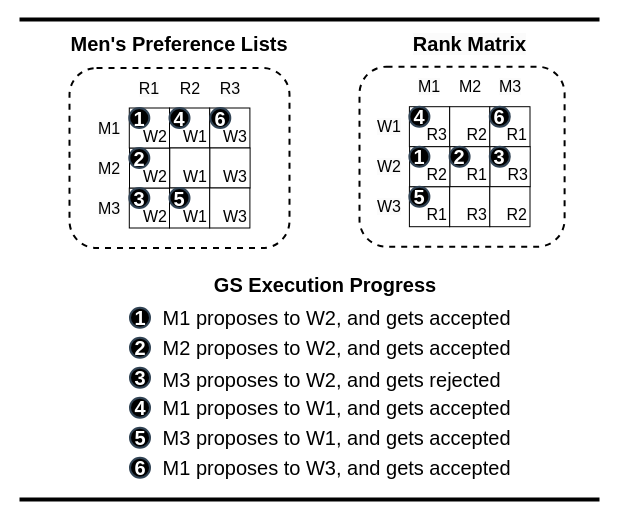
Earlier version of the draw.io diagram newGSExec.drawio (victorliu-sq/BambooSMP-Figures). Source tidied: cells renumbered, new cells numbered last; positions are measured from the earlier drawing's top-left corner, leaving out a move shared by most shapes. Both pictures are drawn from the tidied source at 100%, with x=0, y=0 at pixel (19, 19).
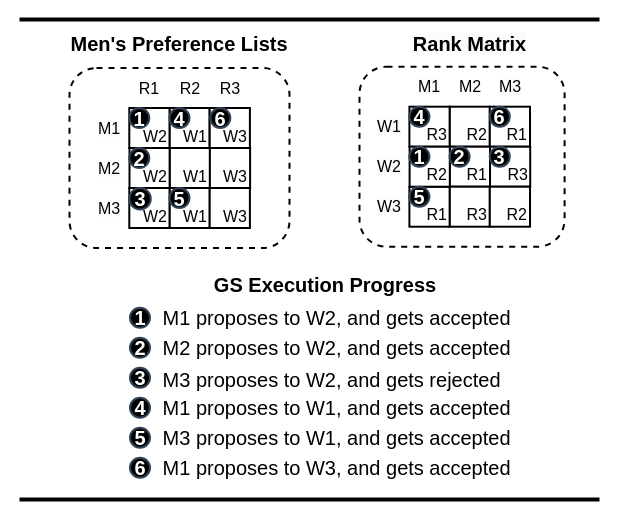
The same page after the edit.

Change to the diagram source:
```diff
@@
-    <mxCell id="17" value="W1" style="rounded=0;whiteSpace=wrap;html=1;fontSize=16;align=right;verticalAlign=bottom;" parent="1" vertex="1">
+    <mxCell id="17" value="W1" style="rounded=0;whiteSpace=wrap;html=1;fontSize=16;align=right;verticalAlign=bottom;strokeWidth=2;" parent="1" vertex="1">
       <mxGeometry x="150" y="88.5" width="40.1" height="40" as="geometry" />
     </mxCell>
-    <mxCell id="18" value="W3" style="rounded=0;whiteSpace=wrap;html=1;fontSize=16;align=right;verticalAlign=bottom;" parent="1" vertex="1">
+    <mxCell id="18" value="W3" style="rounded=0;whiteSpace=wrap;html=1;fontSize=16;align=right;verticalAlign=bottom;strokeWidth=2;" parent="1" vertex="1">
       <mxGeometry x="190.2" y="88.5" width="40.2" height="40" as="geometry" />
     </mxCell>
-    <mxCell id="19" value="W1" style="rounded=0;whiteSpace=wrap;html=1;fontSize=16;align=right;verticalAlign=bottom;" parent="1" vertex="1">
+    <mxCell id="19" value="W1" style="rounded=0;whiteSpace=wrap;html=1;fontSize=16;align=right;verticalAlign=bottom;strokeWidth=2;" parent="1" vertex="1">
       <mxGeometry x="150.2" y="128.5" width="40.2" height="40" as="geometry" />
     </mxCell>
-    <mxCell id="20" value="W3" style="rounded=0;whiteSpace=wrap;html=1;fontSize=16;align=right;verticalAlign=bottom;" parent="1" vertex="1">
+    <mxCell id="20" value="W3" style="rounded=0;whiteSpace=wrap;html=1;fontSize=16;align=right;verticalAlign=bottom;strokeWidth=2;" parent="1" vertex="1">
       <mxGeometry x="190.4" y="128.5" width="40.2" height="40" as="geometry" />
     </mxCell>
-    <mxCell id="21" value="W1" style="rounded=0;whiteSpace=wrap;html=1;fontSize=16;align=right;verticalAlign=bottom;" parent="1" vertex="1">
+    <mxCell id="21" value="W1" style="rounded=0;whiteSpace=wrap;html=1;fontSize=16;align=right;verticalAlign=bottom;strokeWidth=2;" parent="1" vertex="1">
       <mxGeometry x="150" y="168.5" width="40.2" height="40" as="geometry" />
     </mxCell>
-    <mxCell id="22" value="W3" style="rounded=0;whiteSpace=wrap;html=1;fontSize=16;align=right;verticalAlign=bottom;" parent="1" vertex="1">
+    <mxCell id="22" value="W3" style="rounded=0;whiteSpace=wrap;html=1;fontSize=16;align=right;verticalAlign=bottom;strokeWidth=2;" parent="1" vertex="1">
       <mxGeometry x="190.2" y="168.5" width="40.2" height="40" as="geometry" />
     </mxCell>
-    <mxCell id="23" value="W2" style="rounded=0;whiteSpace=wrap;html=1;strokeWidth=1;fontSize=16;align=right;verticalAlign=bottom;" parent="1" vertex="1">
+    <mxCell id="23" value="W2" style="rounded=0;whiteSpace=wrap;html=1;strokeWidth=2;fontSize=16;align=right;verticalAlign=bottom;" parent="1" vertex="1">
       <mxGeometry x="109.8" y="168.5" width="40.2" height="40" as="geometry" />
     </mxCell>
@@
-    <mxCell id="31" value="W2" style="rounded=0;whiteSpace=wrap;html=1;strokeWidth=1;fontSize=16;align=right;verticalAlign=bottom;" parent="1" vertex="1">
+    <mxCell id="31" value="W2" style="rounded=0;whiteSpace=wrap;html=1;strokeWidth=2;fontSize=16;align=right;verticalAlign=bottom;" parent="1" vertex="1">
       <mxGeometry x="110" y="128.5" width="40.1" height="40" as="geometry" />
     </mxCell>
-    <mxCell id="32" value="&lt;span style=&quot;font-size: 16px;&quot;&gt;W2&lt;/span&gt;" style="rounded=0;whiteSpace=wrap;html=1;strokeWidth=1;fontSize=16;strokeColor=default;align=right;verticalAlign=bottom;fontFamily=Helvetica;fontColor=default;fillColor=default;fontStyle=0;" parent="1" vertex="1">
+    <mxCell id="32" value="&lt;span style=&quot;font-size: 16px;&quot;&gt;W2&lt;/span&gt;" style="rounded=0;whiteSpace=wrap;html=1;strokeWidth=2;fontSize=16;strokeColor=default;align=right;verticalAlign=bottom;fontFamily=Helvetica;fontColor=default;fillColor=default;fontStyle=0;" parent="1" vertex="1">
       <mxGeometry x="109.8" y="88.5" width="40.2" height="40" as="geometry" />
     </mxCell>
-    <mxCell id="33" value="R2" style="rounded=0;whiteSpace=wrap;html=1;fontSize=16;align=right;verticalAlign=bottom;" parent="1" vertex="1">
+    <mxCell id="33" value="R2" style="rounded=0;whiteSpace=wrap;html=1;fontSize=16;align=right;verticalAlign=bottom;strokeWidth=2;" parent="1" vertex="1">
       <mxGeometry x="430.1" y="87.2" width="40.2" height="40" as="geometry" />
     </mxCell>
-    <mxCell id="34" value="R1" style="rounded=0;whiteSpace=wrap;html=1;fontSize=16;align=right;verticalAlign=bottom;" parent="1" vertex="1">
+    <mxCell id="34" value="R1" style="rounded=0;whiteSpace=wrap;html=1;fontSize=16;align=right;verticalAlign=bottom;strokeWidth=2;" parent="1" vertex="1">
       <mxGeometry x="470.3" y="87.2" width="40.2" height="40" as="geometry" />
     </mxCell>
-    <mxCell id="35" value="R1" style="rounded=0;whiteSpace=wrap;html=1;fontSize=16;align=right;verticalAlign=bottom;" parent="1" vertex="1">
+    <mxCell id="35" value="R1" style="rounded=0;whiteSpace=wrap;html=1;fontSize=16;align=right;verticalAlign=bottom;strokeWidth=2;" parent="1" vertex="1">
       <mxGeometry x="430.3" y="127.2" width="40.2" height="40" as="geometry" />
     </mxCell>
-    <mxCell id="36" value="R3" style="rounded=0;whiteSpace=wrap;html=1;fontSize=16;align=right;verticalAlign=bottom;" parent="1" vertex="1">
+    <mxCell id="36" value="R3" style="rounded=0;whiteSpace=wrap;html=1;fontSize=16;align=right;verticalAlign=bottom;strokeWidth=2;" parent="1" vertex="1">
       <mxGeometry x="470.5" y="127.2" width="40.2" height="40" as="geometry" />
     </mxCell>
-    <mxCell id="37" value="R3" style="rounded=0;whiteSpace=wrap;html=1;fontSize=16;align=right;verticalAlign=bottom;" parent="1" vertex="1">
+    <mxCell id="37" value="R3" style="rounded=0;whiteSpace=wrap;html=1;fontSize=16;align=right;verticalAlign=bottom;strokeWidth=2;" parent="1" vertex="1">
       <mxGeometry x="430.1" y="167.2" width="40.2" height="40" as="geometry" />
     </mxCell>
-    <mxCell id="38" value="R2" style="rounded=0;whiteSpace=wrap;html=1;fontSize=16;align=right;verticalAlign=bottom;" parent="1" vertex="1">
+    <mxCell id="38" value="R2" style="rounded=0;whiteSpace=wrap;html=1;fontSize=16;align=right;verticalAlign=bottom;strokeWidth=2;" parent="1" vertex="1">
       <mxGeometry x="470.3" y="167.2" width="40.2" height="40" as="geometry" />
     </mxCell>
-    <mxCell id="39" value="R1" style="rounded=0;whiteSpace=wrap;html=1;strokeWidth=1;fontSize=16;align=right;verticalAlign=bottom;" parent="1" vertex="1">
+    <mxCell id="39" value="R1" style="rounded=0;whiteSpace=wrap;html=1;strokeWidth=2;fontSize=16;align=right;verticalAlign=bottom;" parent="1" vertex="1">
       <mxGeometry x="389.9" y="167.2" width="40.2" height="40" as="geometry" />
     </mxCell>
-    <mxCell id="40" value="R3" style="rounded=0;whiteSpace=wrap;html=1;strokeWidth=1;fontSize=16;align=right;verticalAlign=bottom;" parent="1" vertex="1">
+    <mxCell id="40" value="R3" style="rounded=0;whiteSpace=wrap;html=1;strokeWidth=2;fontSize=16;align=right;verticalAlign=bottom;" parent="1" vertex="1">
       <mxGeometry x="389.9" y="87.2" width="40.2" height="40" as="geometry" />
     </mxCell>
@@
-    <mxCell id="48" value="&lt;span style=&quot;font-size: 16px;&quot;&gt;R2&lt;/span&gt;" style="rounded=0;whiteSpace=wrap;html=1;strokeWidth=1;fontSize=16;strokeColor=default;align=right;verticalAlign=bottom;fontFamily=Helvetica;fontColor=default;fillColor=default;fontStyle=0;" parent="1" vertex="1">
+    <mxCell id="48" value="&lt;span style=&quot;font-size: 16px;&quot;&gt;R2&lt;/span&gt;" style="rounded=0;whiteSpace=wrap;html=1;strokeWidth=2;fontSize=16;strokeColor=default;align=right;verticalAlign=bottom;fontFamily=Helvetica;fontColor=default;fillColor=default;fontStyle=0;" parent="1" vertex="1">
       <mxGeometry x="390.1" y="127.2" width="40.2" height="40" as="geometry" />
     </mxCell>
@@
     <mxCell id="51" value="3" style="ellipse;whiteSpace=wrap;html=1;strokeColor=#314354;align=center;verticalAlign=middle;fontFamily=Helvetica;fontSize=20;fillColor=#000000;fontColor=#ffffff;fontStyle=1;strokeWidth=2;" parent="1" vertex="1">
-      <mxGeometry x="109.8" y="168.5" width="20" height="20" as="geometry" />
+      <mxGeometry x="109.8" y="168.5" width="21.5" height="21.5" as="geometry" />
     </mxCell>
```
